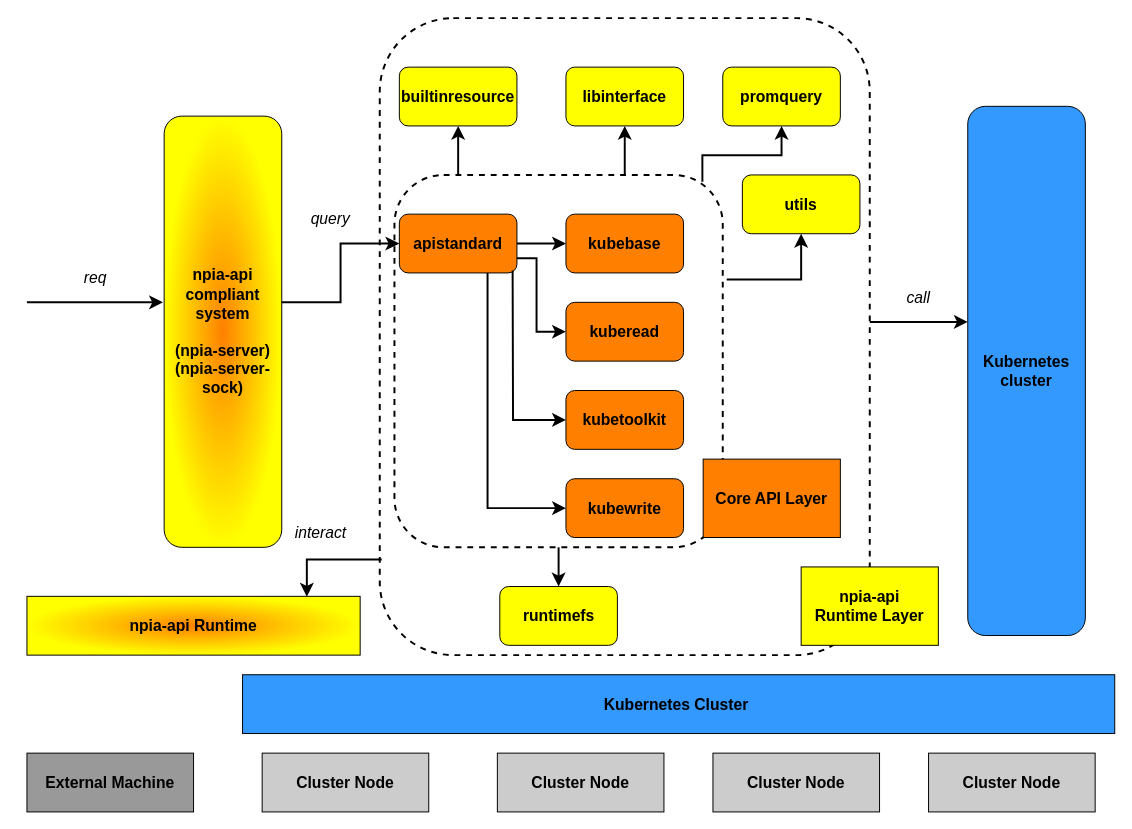
This is docs/img/npia-api.drawio from OKESTRO-AIDevOps/nkia-api, a draw.io file, before an edit. Source tidied: cells renumbered, new cells numbered last; positions are measured from the earlier drawing's top-left corner, leaving out a move shared by most shapes. Both pictures are drawn from the tidied source at 98%, with x=0, y=0 at pixel (26, 18).
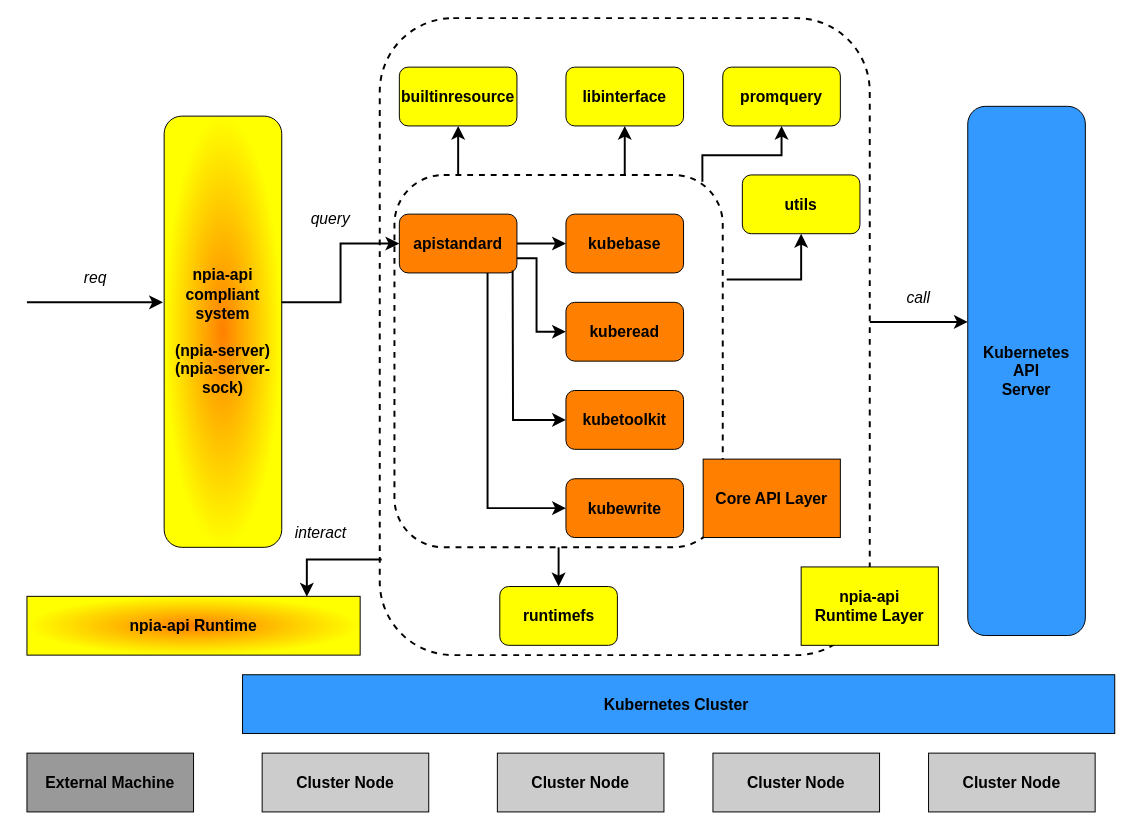
Above is the later version.

The edit, as a diff of the source:
```diff
@@
-    <mxCell id="21" value="Kubernetes&lt;br&gt;cluster&lt;br&gt;" style="rounded=1;whiteSpace=wrap;html=1;fontStyle=1;fontSize=16;fillColor=#3399FF;" parent="1" vertex="1">
+    <mxCell id="21" value="Kubernetes&lt;br&gt;API&lt;br&gt;Server" style="rounded=1;whiteSpace=wrap;html=1;fontStyle=1;fontSize=16;fillColor=#3399FF;" parent="1" vertex="1">
       <mxGeometry x="960" y="90" width="120" height="540" as="geometry" />
     </mxCell>
```
